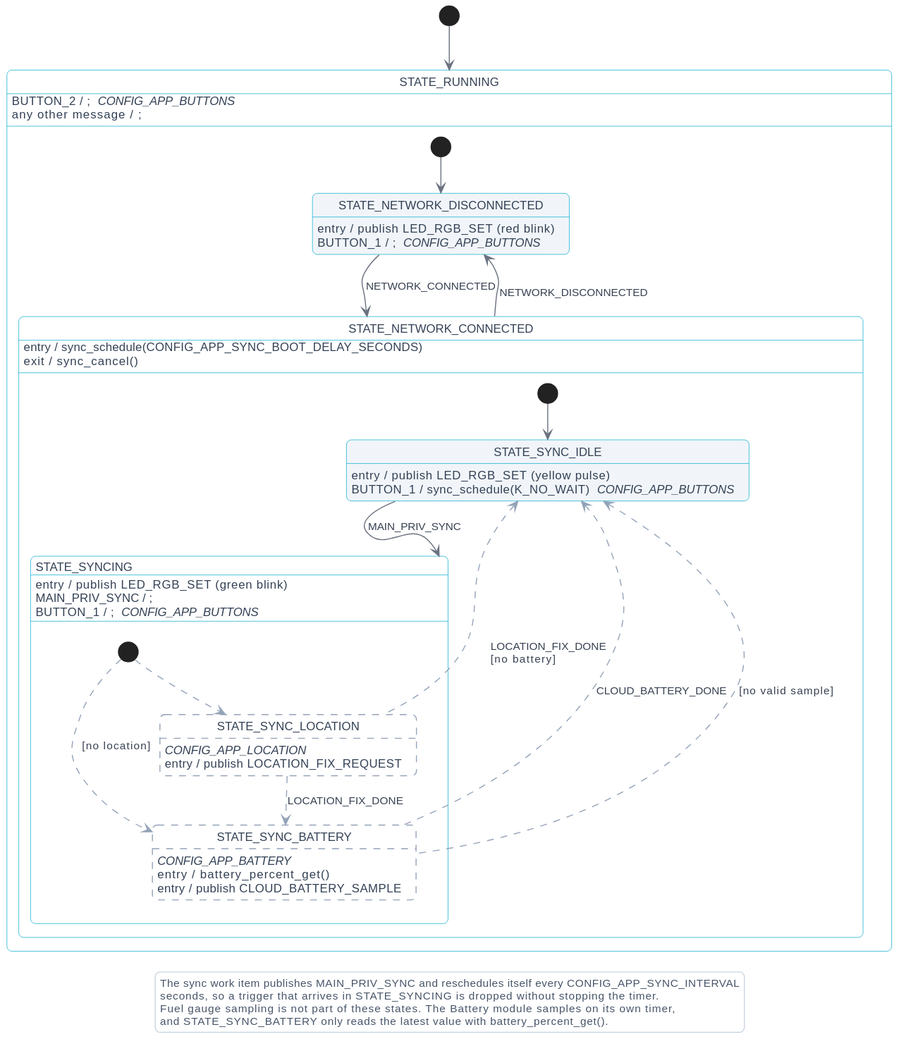
Above: docs/applications/93m1_at/diagrams/main.svg in nrfconnect/ncs-serial-modem-host-applications (PlantUML), before the change.
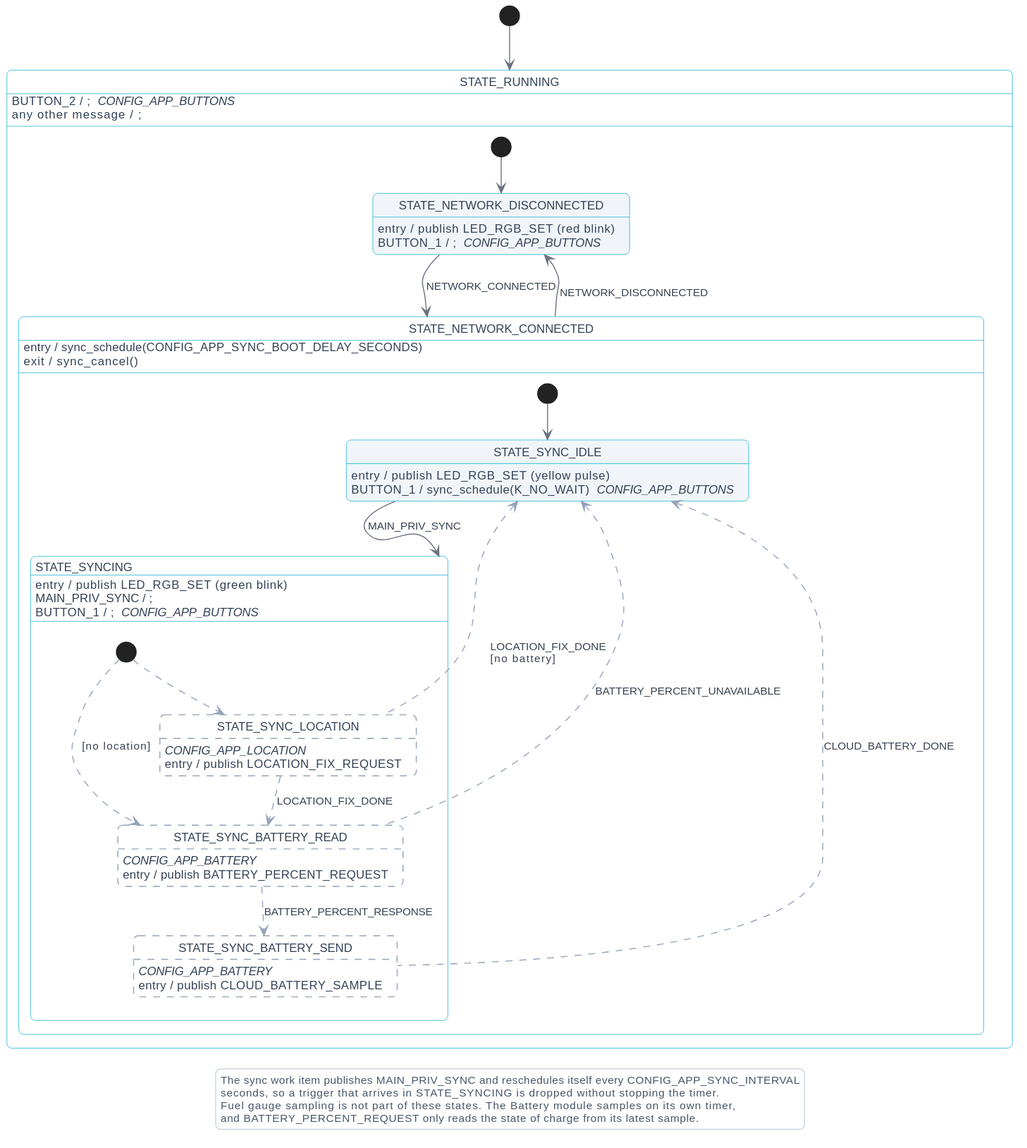
After the commit.

Commit message:
docs: applications: 93m1_at: document battery request flow

What changed in the source:
```diff
@@ -105,15 +105,19 @@
             STATE_SYNC_LOCATION : <i>CONFIG_APP_LOCATION</i>
             STATE_SYNC_LOCATION : entry / publish LOCATION_FIX_REQUEST
 
-            state STATE_SYNC_BATTERY #FFFFFF;line:94A3B8;line.dashed
-            STATE_SYNC_BATTERY : <i>CONFIG_APP_BATTERY</i>
-            STATE_SYNC_BATTERY : entry / battery_percent_get()
-            STATE_SYNC_BATTERY : entry / publish CLOUD_BATTERY_SAMPLE
+            state STATE_SYNC_BATTERY_READ #FFFFFF;line:94A3B8;line.dashed
+            STATE_SYNC_BATTERY_READ : <i>CONFIG_APP_BATTERY</i>
+            STATE_SYNC_BATTERY_READ : entry / publish BATTERY_PERCENT_REQUEST
+
+            state STATE_SYNC_BATTERY_SEND #FFFFFF;line:94A3B8;line.dashed
+            STATE_SYNC_BATTERY_SEND : <i>CONFIG_APP_BATTERY</i>
+            STATE_SYNC_BATTERY_SEND : entry / publish CLOUD_BATTERY_SAMPLE
 
             [*] -[#94A3B8,dashed]-> STATE_SYNC_LOCATION
-            [*] -[#94A3B8,dashed]-> STATE_SYNC_BATTERY : [no location]
+            [*] -[#94A3B8,dashed]-> STATE_SYNC_BATTERY_READ : [no location]
 
-            STATE_SYNC_LOCATION -[#94A3B8,dashed]-> STATE_SYNC_BATTERY : LOCATION_FIX_DONE
+            STATE_SYNC_LOCATION -[#94A3B8,dashed]-> STATE_SYNC_BATTERY_READ : LOCATION_FIX_DONE
+            STATE_SYNC_BATTERY_READ -[#94A3B8,dashed]-> STATE_SYNC_BATTERY_SEND : BATTERY_PERCENT_RESPONSE
         }
         STATE_SYNCING : entry / publish LED_RGB_SET (green blink)
         STATE_SYNCING : MAIN_PRIV_SYNC / ;
@@ -123,8 +127,8 @@
 
         STATE_SYNC_IDLE -down-> STATE_SYNCING : MAIN_PRIV_SYNC
         STATE_SYNC_LOCATION -[#94A3B8,dashed]up-> STATE_SYNC_IDLE : LOCATION_FIX_DONE\n[no battery]
-        STATE_SYNC_BATTERY -[#94A3B8,dashed]up-> STATE_SYNC_IDLE : CLOUD_BATTERY_DONE
-        STATE_SYNC_BATTERY -[#94A3B8,dashed]up-> STATE_SYNC_IDLE : [no valid sample]
+        STATE_SYNC_BATTERY_READ -[#94A3B8,dashed]up-> STATE_SYNC_IDLE : BATTERY_PERCENT_UNAVAILABLE
+        STATE_SYNC_BATTERY_SEND -[#94A3B8,dashed]up-> STATE_SYNC_IDLE : CLOUD_BATTERY_DONE
     }
     STATE_NETWORK_CONNECTED : entry / sync_schedule(CONFIG_APP_SYNC_BOOT_DELAY_SECONDS)
     STATE_NETWORK_CONNECTED : exit / sync_cancel()
@@ -143,6 +147,6 @@
   The sync work item publishes MAIN_PRIV_SYNC and reschedules itself every CONFIG_APP_SYNC_INTERVAL
   seconds, so a trigger that arrives in STATE_SYNCING is dropped without stopping the timer.
   Fuel gauge sampling is not part of these states. The Battery module samples on its own timer,
-  and STATE_SYNC_BATTERY only reads the latest value with battery_percent_get().
+  and BATTERY_PERCENT_REQUEST only reads the state of charge from its latest sample.
 end legend
 @enduml
```
